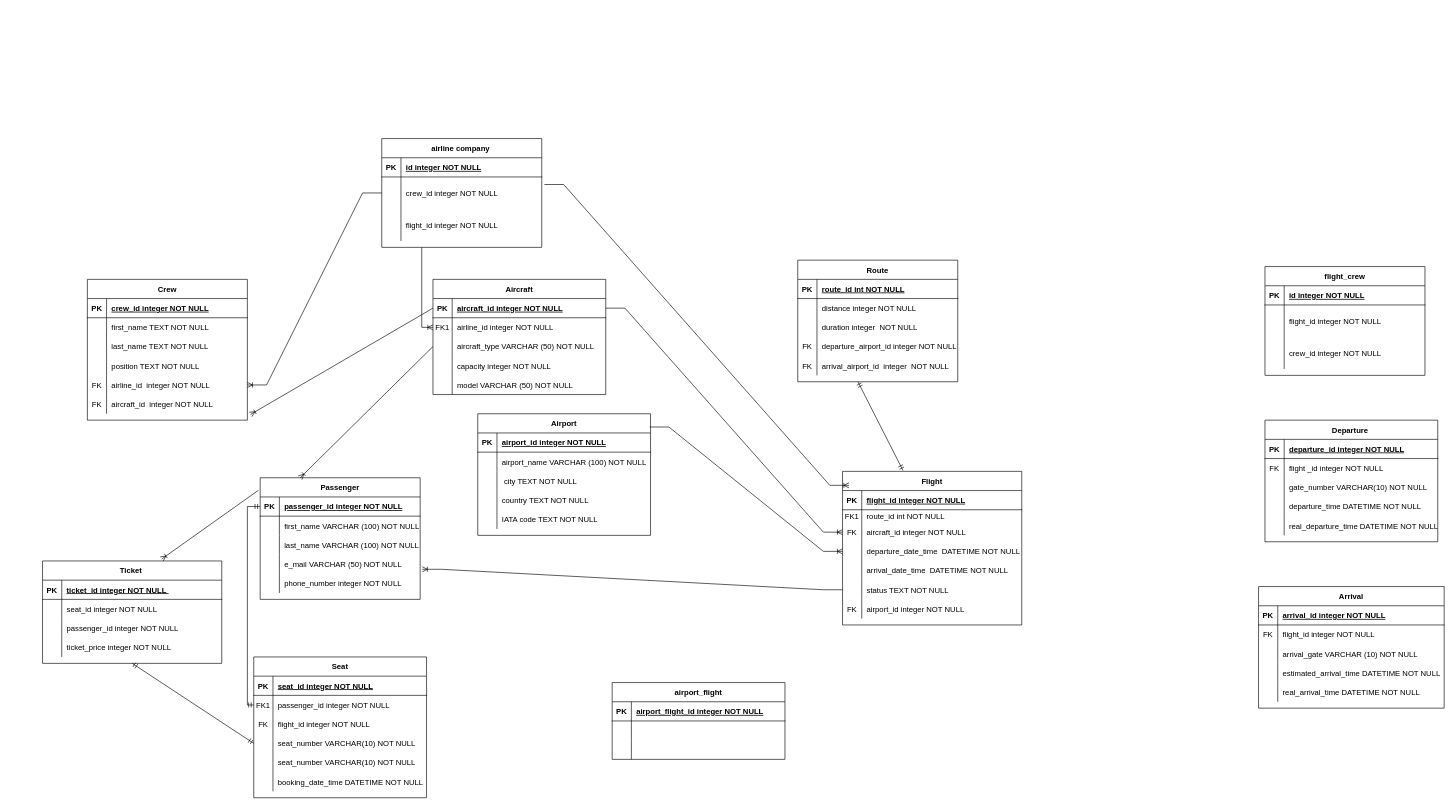
This is model_conceptual.drawio from vladmagosin/examen_sem_1_db, a draw.io file, before an edit. Source tidied: cells renumbered, new cells numbered last; positions are measured from the earlier drawing's top-left corner, leaving out a move shared by most shapes. Both pictures are drawn from the tidied source at 64%, with x=0, y=0 at pixel (42, 138).
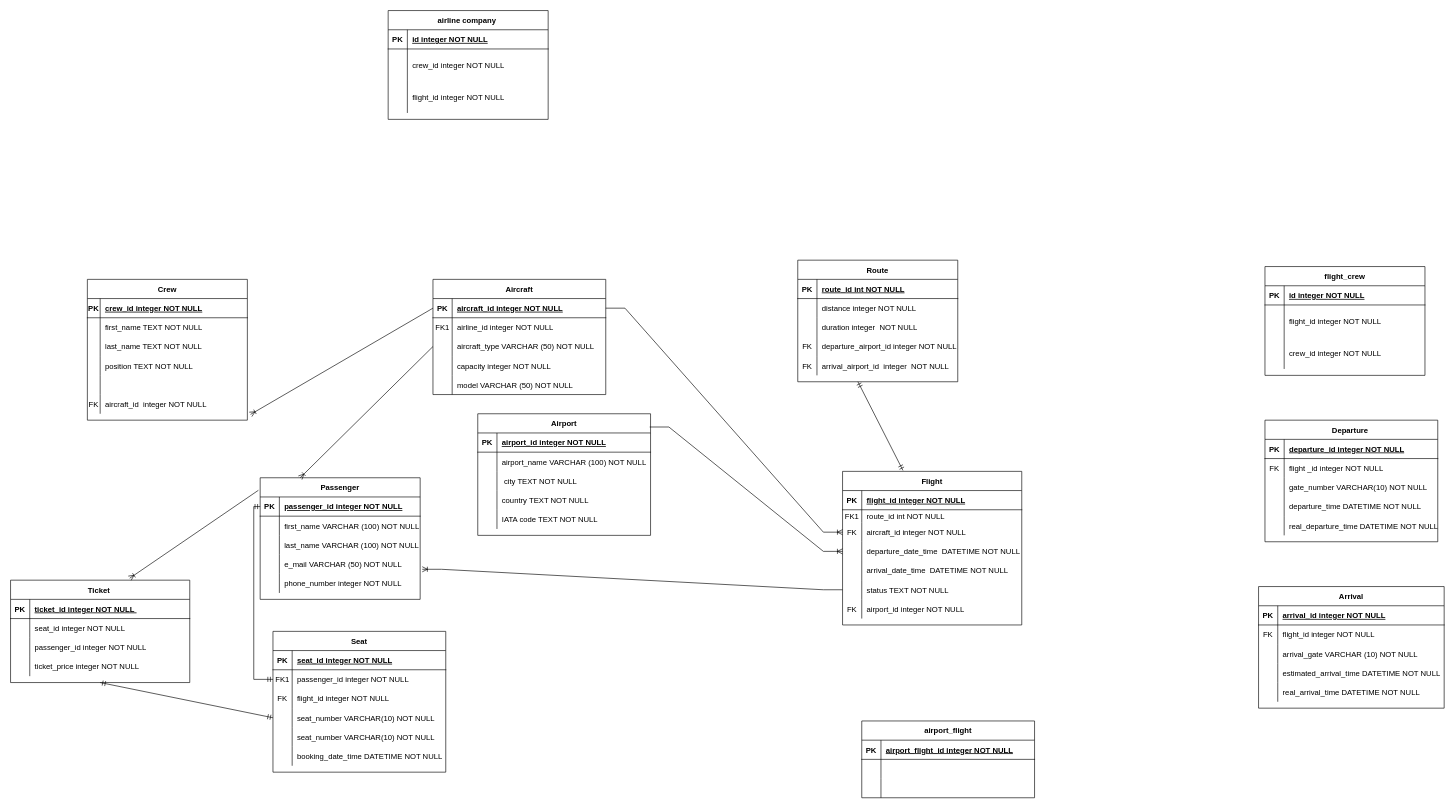
The same page after the edit.

Unchanged cells that the change refers to:
```xml
<mxCell id="6" style="shape=partialRectangle;fillColor=none;points=[[0,0.5],[1,0.5]];portConstraint=eastwest;top=0;left=0;right=0;bottom=0;" parent="2" vertex="1">
  <mxGeometry y="60" width="270" height="30" as="geometry" />
</mxCell>
<mxCell id="38" style="shape=partialRectangle;fillColor=none;points=[[0,0.5],[1,0.5]];portConstraint=eastwest;top=0;left=0;right=0;bottom=0;" parent="34" vertex="1">
  <mxGeometry y="60" width="250" height="50" as="geometry" />
</mxCell>
<mxCell id="44" value="Flight" style="shape=table;startSize=30;childLayout=tableLayout;rowLines=0;fontStyle=1;align=center;" parent="1" vertex="1">
  <mxGeometry x="1250" y="520" width="280" height="240" as="geometry" />
</mxCell>
<mxCell id="67" style="shape=partialRectangle;fillColor=none;top=0;left=0;right=0;bottom=1;" parent="66" vertex="1">
  <mxGeometry y="30" width="250" height="30" as="geometry" />
</mxCell>
<mxCell id="70" style="shape=partialRectangle;fillColor=none;top=0;left=0;right=0;bottom=0;" parent="66" vertex="1">
  <mxGeometry y="60" width="250" height="30" as="geometry" />
</mxCell>
<mxCell id="73" style="shape=partialRectangle;fillColor=none;top=0;left=0;right=0;bottom=0;" parent="66" vertex="1">
  <mxGeometry y="90" width="250" height="30" as="geometry" />
</mxCell>
<mxCell id="76" style="shape=partialRectangle;fillColor=none;top=0;left=0;right=0;bottom=0;" parent="66" vertex="1">
  <mxGeometry y="120" width="250" height="30" as="geometry" />
</mxCell>
<mxCell id="79" style="shape=partialRectangle;fillColor=none;points=[[0,0.5],[1,0.5]];portConstraint=eastwest;top=0;left=0;right=0;bottom=0;" parent="66" vertex="1">
  <mxGeometry y="150" width="250" height="30" as="geometry" />
</mxCell>
<mxCell id="82" style="shape=partialRectangle;fillColor=none;points=[[0,0.5],[1,0.5]];portConstraint=eastwest;top=0;left=0;right=0;bottom=0;" parent="66" vertex="1">
  <mxGeometry y="180" width="250" height="30" as="geometry" />
</mxCell>
```

What changed in the source:
```diff
@@
     <mxCell id="34" value="airline company " style="shape=table;startSize=30;childLayout=tableLayout;rowLines=0;fontStyle=1;align=center;" parent="1" vertex="1">
-      <mxGeometry x="530" width="250" height="170" as="geometry" />
+      <mxGeometry x="540" y="-200" width="250" height="170" as="geometry" />
     </mxCell>
@@
     <mxCell id="68" value="PK" style="shape=partialRectangle;overflow=hidden;fillColor=none;top=0;left=0;bottom=0;right=0;fontStyle=1;" parent="67" vertex="1">
-      <mxGeometry width="30" height="30" as="geometry" />
+      <mxGeometry width="20" height="30" as="geometry" />
     </mxCell>
     <mxCell id="69" value="crew_id integer NOT NULL " style="shape=partialRectangle;overflow=hidden;fillColor=none;top=0;left=0;bottom=0;right=0;align=left;spacingLeft=6;fontStyle=5;" parent="67" vertex="1">
-      <mxGeometry x="30" width="220" height="30" as="geometry" />
+      <mxGeometry x="20" width="230" height="30" as="geometry" />
     </mxCell>
@@
     <mxCell id="71" style="shape=partialRectangle;overflow=hidden;fillColor=none;top=0;left=0;bottom=0;right=0;" parent="70" vertex="1">
-      <mxGeometry width="30" height="30" as="geometry" />
+      <mxGeometry width="20" height="30" as="geometry" />
     </mxCell>
     <mxCell id="72" value="first_name TEXT NOT NULL" style="shape=partialRectangle;overflow=hidden;fillColor=none;top=0;left=0;bottom=0;right=0;align=left;spacingLeft=6;" parent="70" vertex="1">
-      <mxGeometry x="30" width="220" height="30" as="geometry" />
+      <mxGeometry x="20" width="230" height="30" as="geometry" />
     </mxCell>
@@
     <mxCell id="74" style="shape=partialRectangle;overflow=hidden;fillColor=none;top=0;left=0;bottom=0;right=0;" parent="73" vertex="1">
-      <mxGeometry width="30" height="30" as="geometry" />
+      <mxGeometry width="20" height="30" as="geometry" />
     </mxCell>
     <mxCell id="75" value="last_name TEXT NOT NULL " style="shape=partialRectangle;overflow=hidden;fillColor=none;top=0;left=0;bottom=0;right=0;align=left;spacingLeft=6;" parent="73" vertex="1">
-      <mxGeometry x="30" width="220" height="30" as="geometry" />
+      <mxGeometry x="20" width="230" height="30" as="geometry" />
     </mxCell>
@@
     <mxCell id="77" style="shape=partialRectangle;overflow=hidden;fillColor=none;top=0;left=0;bottom=0;right=0;" parent="76" vertex="1">
-      <mxGeometry width="30" height="30" as="geometry" />
+      <mxGeometry width="20" height="30" as="geometry" />
     </mxCell>
     <mxCell id="78" value="position TEXT NOT NULL " style="shape=partialRectangle;overflow=hidden;fillColor=none;top=0;left=0;bottom=0;right=0;align=left;spacingLeft=6;" parent="76" vertex="1">
-      <mxGeometry x="30" width="220" height="30" as="geometry" />
+      <mxGeometry x="20" width="230" height="30" as="geometry" />
     </mxCell>
@@
-    <mxCell id="80" value="FK" style="shape=partialRectangle;overflow=hidden;fillColor=none;top=0;left=0;bottom=0;right=0;" parent="79" vertex="1">
-      <mxGeometry width="30" height="30" as="geometry" />
+    <mxCell id="80" style="shape=partialRectangle;overflow=hidden;fillColor=none;top=0;left=0;bottom=0;right=0;" parent="79" vertex="1">
+      <mxGeometry width="20" height="30" as="geometry" />
     </mxCell>
-    <mxCell id="81" value="airline_id  integer NOT NULL " style="shape=partialRectangle;overflow=hidden;fillColor=none;top=0;left=0;bottom=0;right=0;align=left;spacingLeft=6;" parent="79" vertex="1">
-      <mxGeometry x="30" width="220" height="30" as="geometry" />
+    <mxCell id="81" style="shape=partialRectangle;overflow=hidden;fillColor=none;top=0;left=0;bottom=0;right=0;align=left;spacingLeft=6;" parent="79" vertex="1">
+      <mxGeometry x="20" width="230" height="30" as="geometry" />
     </mxCell>
@@
     <mxCell id="83" value="FK" style="shape=partialRectangle;overflow=hidden;fillColor=none;top=0;left=0;bottom=0;right=0;" parent="82" vertex="1">
-      <mxGeometry width="30" height="30" as="geometry" />
+      <mxGeometry width="20" height="30" as="geometry" />
     </mxCell>
     <mxCell id="84" value="aircraft_id  integer NOT NULL " style="shape=partialRectangle;overflow=hidden;fillColor=none;top=0;left=0;bottom=0;right=0;align=left;spacingLeft=6;" parent="82" vertex="1">
-      <mxGeometry x="30" width="220" height="30" as="geometry" />
+      <mxGeometry x="20" width="230" height="30" as="geometry" />
     </mxCell>
@@
     <mxCell id="117" value="Seat" style="shape=table;startSize=30;childLayout=tableLayout;rowLines=0;fontStyle=1;align=center;" parent="1" vertex="1">
-      <mxGeometry x="330" y="810" width="270" height="220" as="geometry" />
+      <mxGeometry x="360" y="770" width="270" height="220" as="geometry" />
     </mxCell>
@@
-    <mxCell id="168" style="fontSize=12;html=1;endArrow=ERoneToMany;rounded=0;exitX=0.25;exitY=1;exitDx=0;exitDy=0;edgeStyle=orthogonalEdgeStyle;" parent="1" edge="1" source="34" target="6">
-      <mxGeometry relative="1" as="geometry" />
-    </mxCell>
-    <mxCell id="169" style="edgeStyle=entityRelationEdgeStyle;fontSize=12;html=1;endArrow=ERoneToMany;rounded=0;entryX=1;entryY=0.5;entryDx=0;entryDy=0;" parent="1" edge="1" source="34" target="79">
-      <mxGeometry relative="1" as="geometry" />
-    </mxCell>
@@
-    <mxCell id="172" style="edgeStyle=entityRelationEdgeStyle;fontSize=12;html=1;endArrow=ERoneToMany;rounded=0;exitX=1.017;exitY=0.236;exitDx=0;exitDy=0;exitPerimeter=0;entryX=0.036;entryY=0.091;entryDx=0;entryDy=0;entryPerimeter=0;" parent="1" edge="1" source="38" target="44">
-      <mxGeometry relative="1" as="geometry" />
-    </mxCell>
     <mxCell id="173" value="airport_flight" style="shape=table;startSize=30;childLayout=tableLayout;rowLines=0;fontStyle=1;align=center;" parent="1" vertex="1">
-      <mxGeometry x="890" y="850" width="270" height="120" as="geometry" />
+      <mxGeometry x="1280" y="910" width="270" height="120" as="geometry" />
     </mxCell>
@@
     <mxCell id="183" value="Ticket " style="shape=table;startSize=30;childLayout=tableLayout;rowLines=0;fontStyle=1;align=center;" parent="1" vertex="1">
-      <mxGeometry y="660" width="280" height="160" as="geometry" />
+      <mxGeometry x="-50" y="690" width="280" height="160" as="geometry" />
     </mxCell>
```
